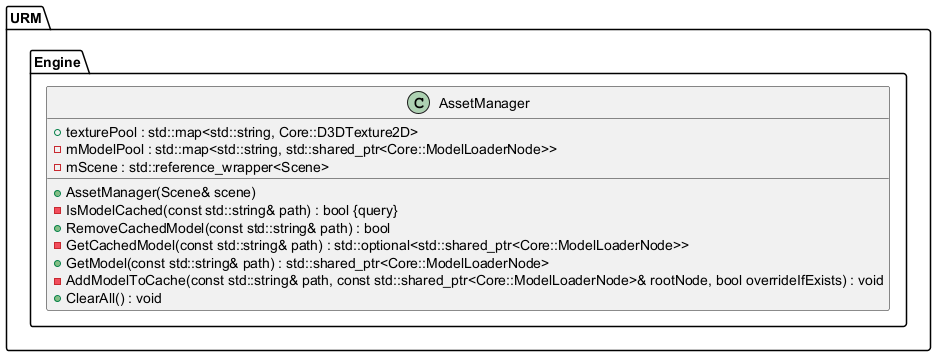
Before: Latex/images/UML/assets.png, a diagram exported from PlantUML (MinikPLayer/MasterThesis_UniversalRenderingModule_D3D11).
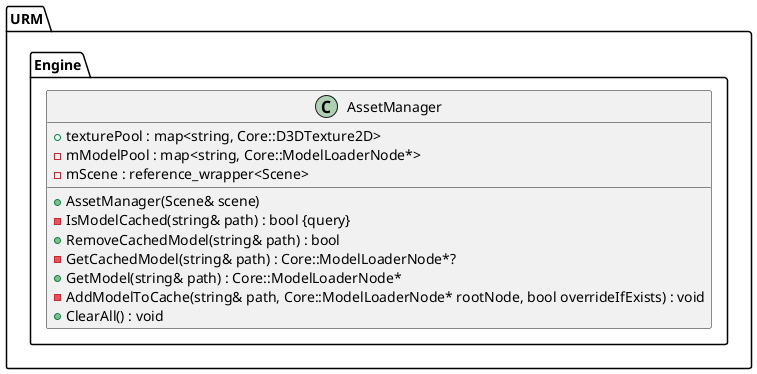
After the change.

Change to the diagram source:
```diff
@@ -10,14 +10,14 @@
 	namespace Engine {
 		class AssetManager {
 			+AssetManager(Scene& scene)
-			-IsModelCached(const std::string& path) : bool {query}
-			+RemoveCachedModel(const std::string& path) : bool
-			+texturePool : std::map<std::string, Core::D3DTexture2D>
-			-mModelPool : std::map<std::string, std::shared_ptr<Core::ModelLoaderNode>>
-			-GetCachedModel(const std::string& path) : std::optional<std::shared_ptr<Core::ModelLoaderNode>>
-			-mScene : std::reference_wrapper<Scene>
-			+GetModel(const std::string& path) : std::shared_ptr<Core::ModelLoaderNode>
-			-AddModelToCache(const std::string& path, const std::shared_ptr<Core::ModelLoaderNode>& rootNode, bool overrideIfExists) : void
+			-IsModelCached(string& path) : bool {query}
+			+RemoveCachedModel(string& path) : bool
+			+texturePool : map<string, Core::D3DTexture2D>
+			-mModelPool : map<string, Core::ModelLoaderNode*>
+			-GetCachedModel(string& path) : Core::ModelLoaderNode*?
+			-mScene : reference_wrapper<Scene>
+			+GetModel(string& path) : Core::ModelLoaderNode*
+			-AddModelToCache(string& path, Core::ModelLoaderNode* rootNode, bool overrideIfExists) : void
 			+ClearAll() : void
 		}
 	}
```
